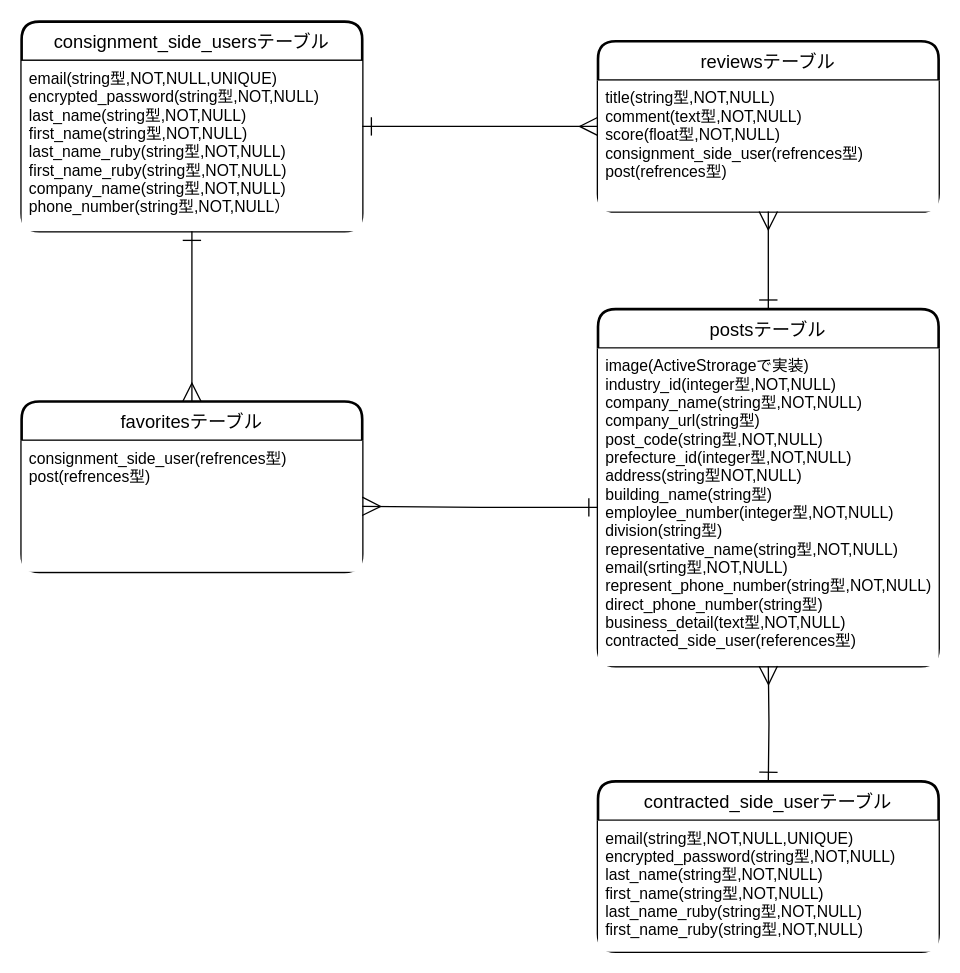
Earlier version of the draw.io diagram er_diagram.dio (hiroki1121/assistance_company). Source tidied: cells renumbered, new cells numbered last; positions are measured from the earlier drawing's top-left corner, leaving out a move shared by most shapes. Both pictures are drawn from the tidied source at 131%, with x=0, y=0 at pixel (21, 21).
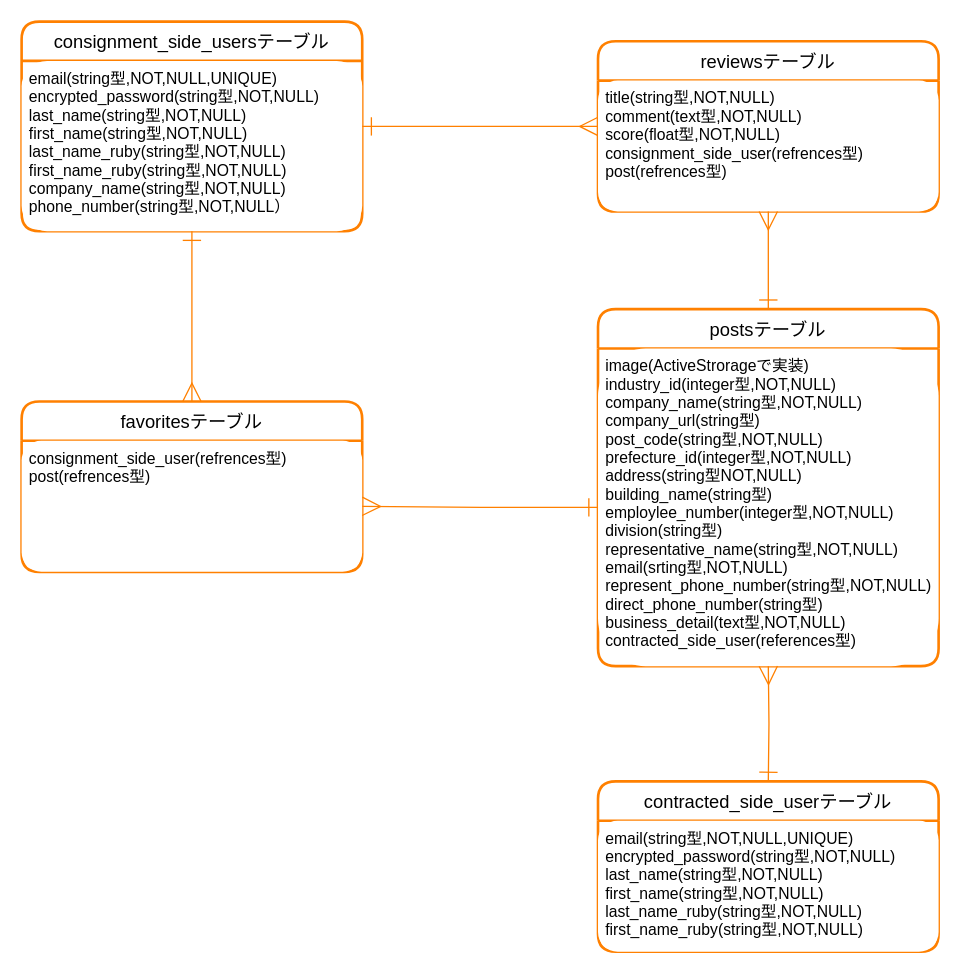
After the change.

Commit message (it also covers changes not shown here):
ER図デザイン修正

Diff of the diagram source:
```diff
@@
 <mxGraphModel>
   <root>
     <mxCell id="0" />
     <mxCell id="1" parent="0" />
-    <mxCell id="2" value="consignment_side_usersテーブル" style="swimlane;horizontal=1;startSize=30;rounded=1;fontSize=14;fontStyle=0;strokeWidth=2;shadow=0;dashed=0;align=center;labelBackgroundColor=none;fillColor=#FFFFFF;fontColor=#000000;labelBorderColor=none;swimlaneFillColor=none;strokeColor=#000000;" parent="1" vertex="1">
+    <mxCell id="2" value="consignment_side_usersテーブル" style="swimlane;horizontal=1;startSize=30;rounded=1;fontSize=14;fontStyle=0;strokeWidth=2;shadow=0;dashed=0;align=center;labelBackgroundColor=none;labelBorderColor=none;swimlaneFillColor=none;strokeColor=#FF8000;perimeterSpacing=0;swimlaneLine=1;sketch=0;glass=0;fontColor=#000000;" parent="1" vertex="1">
       <mxGeometry width="260" height="160" as="geometry" />
     </mxCell>
-    <mxCell id="3" value="email(string型,NOT,NULL,UNIQUE)&#10;encrypted_password(string型,NOT,NULL)&#10;last_name(string型,NOT,NULL)&#10;first_name(string型,NOT,NULL)&#10;last_name_ruby(string型,NOT,NULL)&#10;first_name_ruby(string型,NOT,NULL)&#10;company_name(string型,NOT,NULL)&#10;phone_number(string型,NOT,NULL）" style="align=left;strokeColor=none;spacingLeft=4;fontSize=12;verticalAlign=top;fillColor=#FFFFFF;fontColor=#000000;" parent="2" vertex="1">
+    <mxCell id="3" value="email(string型,NOT,NULL,UNIQUE)&#10;encrypted_password(string型,NOT,NULL)&#10;last_name(string型,NOT,NULL)&#10;first_name(string型,NOT,NULL)&#10;last_name_ruby(string型,NOT,NULL)&#10;first_name_ruby(string型,NOT,NULL)&#10;company_name(string型,NOT,NULL)&#10;phone_number(string型,NOT,NULL）" style="align=left;strokeColor=none;spacingLeft=4;fontSize=12;verticalAlign=top;fontColor=#000000;rounded=1;" parent="2" vertex="1">
       <mxGeometry y="30" width="260" height="130" as="geometry" />
     </mxCell>
-    <mxCell id="4" value="contracted_side_userテーブル" style="swimlane;horizontal=1;startSize=30;rounded=1;fontSize=14;fontStyle=0;strokeWidth=2;shadow=0;dashed=0;align=center;labelBackgroundColor=none;fillColor=#FFFFFF;fontColor=#000000;labelBorderColor=none;swimlaneFillColor=none;strokeColor=#000000;" parent="1" vertex="1">
+    <mxCell id="4" value="contracted_side_userテーブル" style="swimlane;horizontal=1;startSize=30;rounded=1;fontSize=14;fontStyle=0;strokeWidth=2;shadow=0;dashed=0;align=center;labelBackgroundColor=none;fontColor=#000000;labelBorderColor=none;swimlaneFillColor=none;strokeColor=#FF8000;" parent="1" vertex="1">
       <mxGeometry x="440" y="580" width="260" height="130" as="geometry" />
     </mxCell>
-    <mxCell id="5" value="email(string型,NOT,NULL,UNIQUE)&#10;encrypted_password(string型,NOT,NULL)&#10;last_name(string型,NOT,NULL)&#10;first_name(string型,NOT,NULL)&#10;last_name_ruby(string型,NOT,NULL)&#10;first_name_ruby(string型,NOT,NULL)" style="align=left;strokeColor=none;spacingLeft=4;fontSize=12;verticalAlign=top;fillColor=#FFFFFF;fontColor=#000000;" parent="4" vertex="1">
+    <mxCell id="5" value="email(string型,NOT,NULL,UNIQUE)&#10;encrypted_password(string型,NOT,NULL)&#10;last_name(string型,NOT,NULL)&#10;first_name(string型,NOT,NULL)&#10;last_name_ruby(string型,NOT,NULL)&#10;first_name_ruby(string型,NOT,NULL)" style="align=left;strokeColor=none;spacingLeft=4;fontSize=12;verticalAlign=top;fontColor=#000000;rounded=1;" parent="4" vertex="1">
       <mxGeometry y="30" width="260" height="100" as="geometry" />
     </mxCell>
-    <mxCell id="6" value="postsテーブル" style="swimlane;horizontal=1;startSize=30;rounded=1;fontSize=14;fontStyle=0;strokeWidth=2;shadow=0;dashed=0;align=center;labelBackgroundColor=none;fillColor=#FFFFFF;fontColor=#000000;labelBorderColor=none;swimlaneFillColor=none;strokeColor=#000000;" parent="1" vertex="1">
+    <mxCell id="6" value="postsテーブル" style="swimlane;horizontal=1;startSize=30;rounded=1;fontSize=14;fontStyle=0;strokeWidth=2;shadow=0;dashed=0;align=center;labelBackgroundColor=none;fontColor=#000000;labelBorderColor=none;swimlaneFillColor=none;strokeColor=#FF8000;" parent="1" vertex="1">
       <mxGeometry x="440" y="219.5" width="260" height="272.5" as="geometry" />
     </mxCell>
-    <mxCell id="7" value="image(ActiveStrorageで実装)&#10;industry_id(integer型,NOT,NULL)&#10;company_name(string型,NOT,NULL)&#10;company_url(string型)&#10;post_code(string型,NOT,NULL)&#10;prefecture_id(integer型,NOT,NULL)&#10;address(string型NOT,NULL)&#10;building_name(string型)&#10;employlee_number(integer型,NOT,NULL)&#10;division(string型)&#10;representative_name(string型,NOT,NULL)&#10;email(srting型,NOT,NULL)&#10;represent_phone_number(string型,NOT,NULL)&#10;direct_phone_number(string型)&#10;business_detail(text型,NOT,NULL)&#10;contracted_side_user(references型)" style="align=left;strokeColor=none;spacingLeft=4;fontSize=12;verticalAlign=top;fillColor=#FFFFFF;fontColor=#000000;" parent="6" vertex="1">
+    <mxCell id="7" value="image(ActiveStrorageで実装)&#10;industry_id(integer型,NOT,NULL)&#10;company_name(string型,NOT,NULL)&#10;company_url(string型)&#10;post_code(string型,NOT,NULL)&#10;prefecture_id(integer型,NOT,NULL)&#10;address(string型NOT,NULL)&#10;building_name(string型)&#10;employlee_number(integer型,NOT,NULL)&#10;division(string型)&#10;representative_name(string型,NOT,NULL)&#10;email(srting型,NOT,NULL)&#10;represent_phone_number(string型,NOT,NULL)&#10;direct_phone_number(string型)&#10;business_detail(text型,NOT,NULL)&#10;contracted_side_user(references型)" style="align=left;strokeColor=none;spacingLeft=4;fontSize=12;verticalAlign=top;fontColor=#000000;rounded=1;" parent="6" vertex="1">
       <mxGeometry y="30" width="260" height="242.5" as="geometry" />
     </mxCell>
-    <mxCell id="8" value="favoritesテーブル" style="swimlane;horizontal=1;startSize=30;rounded=1;fontSize=14;fontStyle=0;strokeWidth=2;shadow=0;dashed=0;align=center;labelBackgroundColor=none;fillColor=#FFFFFF;fontColor=#000000;labelBorderColor=none;swimlaneFillColor=none;strokeColor=#000000;" parent="1" vertex="1">
+    <mxCell id="8" value="favoritesテーブル" style="swimlane;horizontal=1;startSize=30;rounded=1;fontSize=14;fontStyle=0;strokeWidth=2;shadow=0;dashed=0;align=center;labelBackgroundColor=none;fontColor=#000000;labelBorderColor=none;swimlaneFillColor=none;strokeColor=#FF8000;" parent="1" vertex="1">
       <mxGeometry y="290" width="260" height="130" as="geometry" />
     </mxCell>
-    <mxCell id="9" value="consignment_side_user(refrences型)&#10;post(refrences型)" style="align=left;strokeColor=none;spacingLeft=4;fontSize=12;verticalAlign=top;fillColor=#FFFFFF;fontColor=#000000;" parent="8" vertex="1">
+    <mxCell id="9" value="consignment_side_user(refrences型)&#10;post(refrences型)" style="align=left;strokeColor=none;spacingLeft=4;fontSize=12;verticalAlign=top;fontColor=#000000;rounded=1;glass=0;shadow=0;sketch=0;" parent="8" vertex="1">
       <mxGeometry y="30" width="260" height="100" as="geometry" />
     </mxCell>
-    <mxCell id="10" style="edgeStyle=orthogonalEdgeStyle;rounded=0;jettySize=auto;html=1;exitX=0.5;exitY=1;exitDx=0;exitDy=0;entryX=0.5;entryY=0;entryDx=0;entryDy=0;fontColor=#000000;endArrow=ERmany;endFill=0;startArrow=ERone;startFill=0;strokeWidth=1;endSize=12;startSize=12;strokeColor=#000000;" parent="1" edge="1" source="3" target="8">
+    <mxCell id="10" style="edgeStyle=orthogonalEdgeStyle;rounded=0;jettySize=auto;html=1;exitX=0.5;exitY=1;exitDx=0;exitDy=0;entryX=0.5;entryY=0;entryDx=0;entryDy=0;fontColor=#000000;endArrow=ERmany;endFill=0;startArrow=ERone;startFill=0;strokeWidth=1;endSize=12;startSize=12;strokeColor=#FF8000;" parent="1" edge="1" source="3" target="8">
       <mxGeometry relative="1" as="geometry" />
     </mxCell>
-    <mxCell id="11" style="edgeStyle=orthogonalEdgeStyle;rounded=0;jettySize=auto;html=1;startArrow=ERone;startFill=0;startSize=12;endArrow=ERmany;endFill=0;endSize=12;strokeWidth=1;fontColor=#000000;strokeColor=#000000;" parent="1" edge="1" source="7">
+    <mxCell id="11" style="edgeStyle=orthogonalEdgeStyle;rounded=0;jettySize=auto;html=1;startArrow=ERone;startFill=0;startSize=12;endArrow=ERmany;endFill=0;endSize=12;strokeWidth=1;fontColor=#000000;strokeColor=#FF8000;" parent="1" edge="1" source="7">
       <mxGeometry relative="1" as="geometry">
         <mxPoint x="260" y="370" as="targetPoint" />
       </mxGeometry>
     </mxCell>
-    <mxCell id="12" style="edgeStyle=orthogonalEdgeStyle;rounded=0;jettySize=auto;html=1;endSize=12;startSize=12;endArrow=ERmany;endFill=0;startArrow=ERone;startFill=0;strokeColor=#000000;" parent="1" edge="1" target="7">
+    <mxCell id="12" style="edgeStyle=orthogonalEdgeStyle;rounded=0;jettySize=auto;html=1;endSize=12;startSize=12;endArrow=ERmany;endFill=0;startArrow=ERone;startFill=0;strokeColor=#FF8000;" parent="1" edge="1" target="7">
       <mxGeometry relative="1" as="geometry">
         <mxPoint x="570" y="580" as="sourcePoint" />
       </mxGeometry>
     </mxCell>
-    <mxCell id="13" style="edgeStyle=orthogonalEdgeStyle;rounded=0;jettySize=auto;html=1;startArrow=ERone;startFill=0;startSize=12;endArrow=ERmany;endFill=0;endSize=12;exitX=1;exitY=0.5;exitDx=0;exitDy=0;strokeColor=#000000;" parent="1" edge="1" source="2" target="14">
+    <mxCell id="13" style="edgeStyle=orthogonalEdgeStyle;rounded=0;jettySize=auto;html=1;startArrow=ERone;startFill=0;startSize=12;endArrow=ERmany;endFill=0;endSize=12;exitX=1;exitY=0.5;exitDx=0;exitDy=0;strokeColor=#FF8000;" parent="1" edge="1" source="2" target="14">
       <mxGeometry relative="1" as="geometry" />
     </mxCell>
-    <mxCell id="14" value="reviewsテーブル" style="swimlane;horizontal=1;startSize=30;rounded=1;fontSize=14;fontStyle=0;strokeWidth=2;shadow=0;dashed=0;align=center;labelBackgroundColor=none;fillColor=#FFFFFF;fontColor=#000000;labelBorderColor=none;swimlaneFillColor=none;strokeColor=#000000;" parent="1" vertex="1">
+    <mxCell id="14" value="reviewsテーブル" style="swimlane;horizontal=1;startSize=30;rounded=1;fontSize=14;fontStyle=0;strokeWidth=2;shadow=0;dashed=0;align=center;labelBackgroundColor=none;fontColor=#000000;labelBorderColor=none;swimlaneFillColor=none;strokeColor=#FF8000;" parent="1" vertex="1">
       <mxGeometry x="440" y="15" width="260" height="130" as="geometry" />
     </mxCell>
-    <mxCell id="15" value="title(string型,NOT,NULL)&#10;comment(text型,NOT,NULL)&#10;score(float型,NOT,NULL)&#10;consignment_side_user(refrences型)&#10;post(refrences型)" style="align=left;strokeColor=none;spacingLeft=4;fontSize=12;verticalAlign=top;fillColor=#FFFFFF;fontColor=#000000;" parent="14" vertex="1">
+    <mxCell id="15" value="title(string型,NOT,NULL)&#10;comment(text型,NOT,NULL)&#10;score(float型,NOT,NULL)&#10;consignment_side_user(refrences型)&#10;post(refrences型)" style="align=left;strokeColor=none;spacingLeft=4;fontSize=12;verticalAlign=top;fontColor=#000000;rounded=1;" parent="14" vertex="1">
       <mxGeometry y="30" width="260" height="100" as="geometry" />
     </mxCell>
     <mxCell id="16" style="align=left;strokeColor=none;spacingLeft=4;fontSize=12;verticalAlign=top;fillColor=#FFFFFF;fontColor=#000000;" parent="14" vertex="1">
       <mxGeometry y="130" width="260" as="geometry" />
     </mxCell>
-    <mxCell id="17" style="edgeStyle=orthogonalEdgeStyle;rounded=0;jettySize=auto;html=1;startArrow=ERone;startFill=0;startSize=12;endArrow=ERmany;endFill=0;endSize=12;exitX=0.5;exitY=0;exitDx=0;exitDy=0;strokeColor=#000000;" parent="1" edge="1" source="6" target="15">
+    <mxCell id="17" style="edgeStyle=orthogonalEdgeStyle;rounded=0;jettySize=auto;html=1;startArrow=ERone;startFill=0;startSize=12;endArrow=ERmany;endFill=0;endSize=12;exitX=0.5;exitY=0;exitDx=0;exitDy=0;strokeColor=#FF8000;" parent="1" edge="1" source="6" target="15">
       <mxGeometry relative="1" as="geometry" />
     </mxCell>
   </root>
 </mxGraphModel>
```
